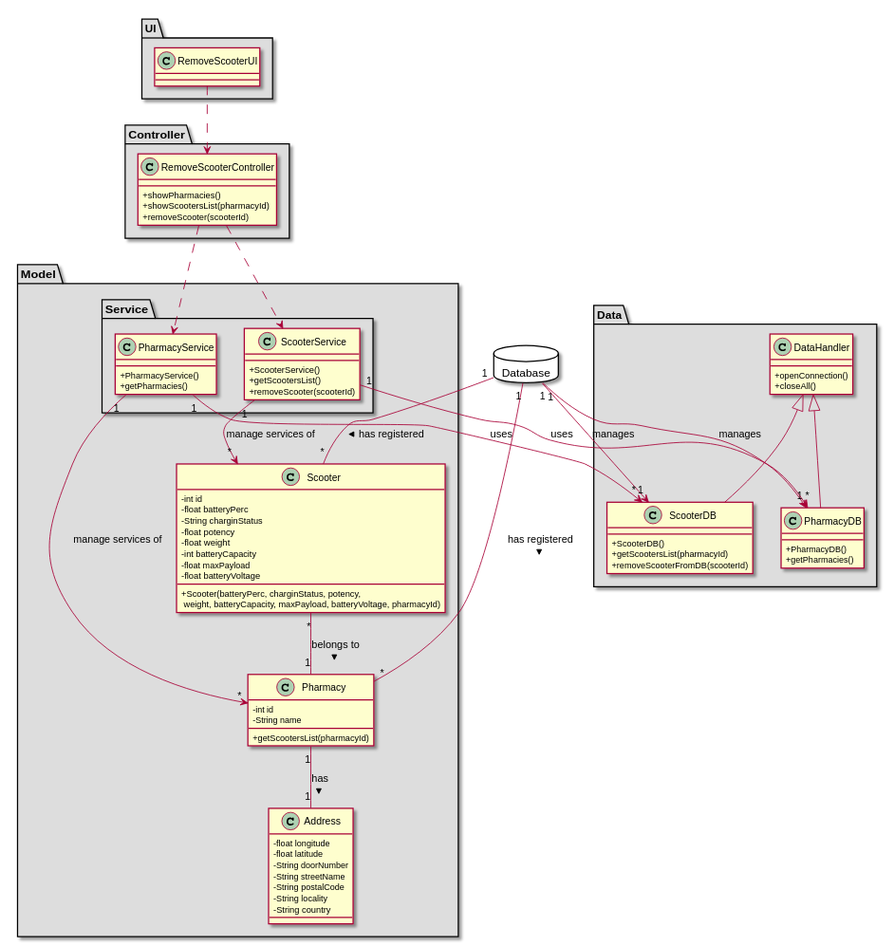
The PlantUML diagram docs/Iteration 2/Drone Management/US194_RemoveDrone/US194_CD.svg in tiagoavcosta25/LAPR3, before a commit. Source of this version:
```plantuml
@startuml
skinparam classAttributeIconSize 0

database Database {
}

package "UI" #DDDDDD {
class RemoveScooterUI{
}
}

package "Controller" #DDDDDD {
class RemoveScooterController{
+showPharmacies()
+showScootersList(pharmacyId)
+removeScooter(scooterId)
}
}


package "Model" #DDDDDD {
 package "Service" #DDDDDD {
  class PharmacyService{
      +PharmacyService()
      +getPharmacies()
  }

  class ScooterService{
      +ScooterService()
      +getScootersList()
      +removeScooter(scooterId)
   }
}

package "Model" #DDDDDD {
class Scooter{
  -int id
  -float batteryPerc
  -String charginStatus
  -float potency
  -float weight
  -int batteryCapacity
  -float maxPayload
  -float batteryVoltage
  +Scooter(batteryPerc, charginStatus, potency,\n weight, batteryCapacity, maxPayload, batteryVoltage, pharmacyId)
}

class Address{
  -float longitude
  -float latitude
  -String doorNumber
  -String streetName
  -String postalCode
  -String locality
  -String country
}

class Pharmacy {
  -int id
  -String name
  +getScootersList(pharmacyId)
}
}


package "Data" #DDDDDD {
class DataHandler{
    +openConnection()
    +closeAll()
}
class PharmacyDB{
     +PharmacyDB()
     +getPharmacies()
 }

 class ScooterDB{
     +ScooterDB()
     +getScootersList(pharmacyId)
     +removeScooterFromDB(scooterId)
  }
}

class PharmacyDB extends DataHandler
class ScooterDB extends DataHandler

RemoveScooterUI ..> RemoveScooterController
RemoveScooterController ..> PharmacyService
RemoveScooterController ..> ScooterService
Database "1" --> "1" PharmacyDB : manages
Database "1" --> "1" ScooterDB : manages
ScooterService "1" --> "*" PharmacyDB : uses
PharmacyService "1" --> "*" ScooterDB : uses
PharmacyService "1" --> "*" Pharmacy : manage services of
ScooterService "1" --> "*" Scooter : manage services of

Database "1" -- "*" Pharmacy : has registered >
Database "1" -- "*" Scooter : has registered >

Scooter "*" -- "1" Pharmacy : belongs to >
Pharmacy "1" -- "1" Address : has >

@enduml
```
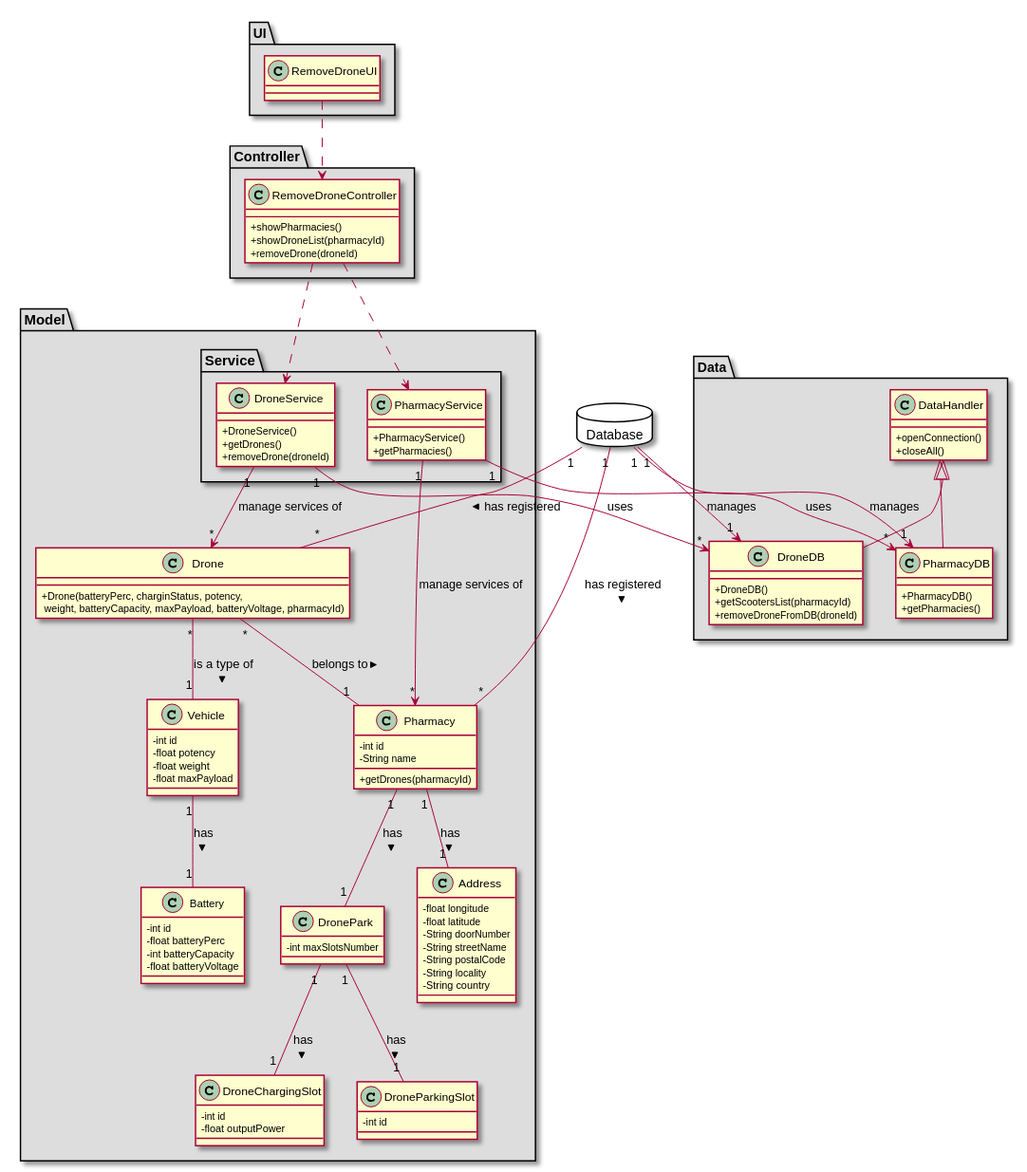
After the change.

Commit message:
LAPR2AP2-264 #fixing Remove Drone [Deisgn]

Diff of the diagram source:
```diff
@@ -5,15 +5,15 @@
 }
 
 package "UI" #DDDDDD {
-class RemoveScooterUI{
+class RemoveDroneUI{
 }
 }
 
 package "Controller" #DDDDDD {
-class RemoveScooterController{
+class RemoveDroneController{
 +showPharmacies()
-+showScootersList(pharmacyId)
-+removeScooter(scooterId)
++showDroneList(pharmacyId)
++removeDrone(droneId)
 }
 }
 
@@ -25,24 +25,43 @@
       +getPharmacies()
   }
 
-  class ScooterService{
-      +ScooterService()
-      +getScootersList()
-      +removeScooter(scooterId)
+  class DroneService{
+      +DroneService()
+      +getDrones()
+      +removeDrone(droneId)
    }
 }
 
 package "Model" #DDDDDD {
-class Scooter{
+class DronePark{
+-   int maxSlotsNumber
+}
+
+class DroneChargingSlot{
+-   int id
+-   float outputPower
+}
+
+class DroneParkingSlot{
+-   int id
+}
+
+class Drone{
+  +Drone(batteryPerc, charginStatus, potency,\n weight, batteryCapacity, maxPayload, batteryVoltage, pharmacyId)
+}
+
+class Vehicle{
+  -int id
+  -float potency
+  -float weight
+  -float maxPayload
+}
+
+class Battery{
   -int id
   -float batteryPerc
-  -String charginStatus
-  -float potency
-  -float weight
   -int batteryCapacity
-  -float maxPayload
   -float batteryVoltage
-  +Scooter(batteryPerc, charginStatus, potency,\n weight, batteryCapacity, maxPayload, batteryVoltage, pharmacyId)
 }
 
 class Address{
@@ -58,7 +77,7 @@
 class Pharmacy {
   -int id
   -String name
-  +getScootersList(pharmacyId)
+  +getDrones(pharmacyId)
 }
 }
 
@@ -73,30 +92,35 @@
      +getPharmacies()
  }
 
- class ScooterDB{
-     +ScooterDB()
+ class DroneDB{
+     +DroneDB()
      +getScootersList(pharmacyId)
-     +removeScooterFromDB(scooterId)
+     +removeDroneFromDB(droneId)
   }
 }
 
 class PharmacyDB extends DataHandler
-class ScooterDB extends DataHandler
+class DroneDB extends DataHandler
 
-RemoveScooterUI ..> RemoveScooterController
-RemoveScooterController ..> PharmacyService
-RemoveScooterController ..> ScooterService
+RemoveDroneUI ..> RemoveDroneController
+RemoveDroneController ..> PharmacyService
+RemoveDroneController ..> DroneService
 Database "1" --> "1" PharmacyDB : manages
-Database "1" --> "1" ScooterDB : manages
-ScooterService "1" --> "*" PharmacyDB : uses
-PharmacyService "1" --> "*" ScooterDB : uses
+Database "1" --> "1" DroneDB : manages
+PharmacyService "1" --> "*" PharmacyDB : uses
+DroneService "1" --> "*" DroneDB : uses
 PharmacyService "1" --> "*" Pharmacy : manage services of
-ScooterService "1" --> "*" Scooter : manage services of
+DroneService "1" --> "*" Drone : manage services of
 
 Database "1" -- "*" Pharmacy : has registered >
-Database "1" -- "*" Scooter : has registered >
+Database "1" -- "*" Drone : has registered >
 
-Scooter "*" -- "1" Pharmacy : belongs to >
+Vehicle "1" -- "1" Battery : has >
+Drone "*" -- "1" Vehicle : is a type of >
+Drone "*" -- "1" Pharmacy : belongs to >
 Pharmacy "1" -- "1" Address : has >
+Pharmacy "1" -- "1" DronePark : has >
+DronePark "1" -- "1" DroneChargingSlot : has >
+DronePark "1" -- "1" DroneParkingSlot : has >
 
 @enduml
```
